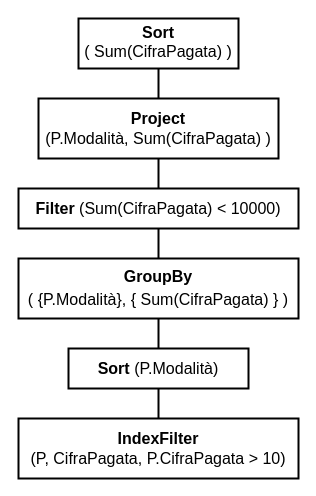
The draw.io diagram Piani di accesso/Albero fisico 2 indici.drawio in alessandro-antonelli/Studio-professionale-fatture, before the edit. Source tidied: cells renumbered, new cells numbered last; positions are measured from the earlier drawing's top-left corner, leaving out a move shared by most shapes. Both pictures are drawn from the tidied source at 100%, with x=0, y=0 at pixel (18, 18).
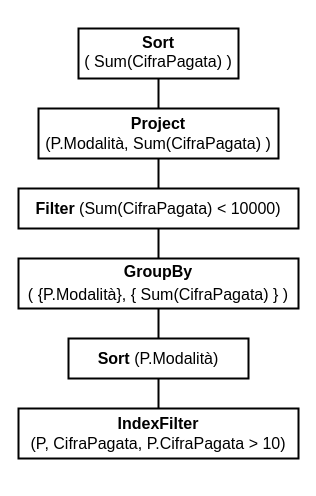
The same diagram, later.

Commit message (it also covers changes not shown here):
Piani di accesso fisici con indici

What changed in the source:
```diff
@@
 <mxGraphModel>
   <root>
     <mxCell id="0" />
     <mxCell id="1" parent="0" />
     <mxCell id="2" value="&lt;font style=&quot;font-size: 16px&quot;&gt;&lt;b&gt;IndexFilter&lt;br&gt;&lt;/b&gt;(P, CifraPagata, P.CifraPagata &amp;gt; 10)&lt;/font&gt;" style="text;html=1;fillColor=none;align=center;verticalAlign=middle;whiteSpace=wrap;rounded=0;strokeColor=#000000;strokeWidth=2;" parent="1" vertex="1">
-      <mxGeometry y="400" width="280" height="60" as="geometry" />
+      <mxGeometry y="390" width="280" height="50" as="geometry" />
     </mxCell>
     <mxCell id="3" value="&lt;font style=&quot;font-size: 16px&quot;&gt;&lt;b&gt;GroupBy&lt;/b&gt;&lt;br&gt;( {P.Modalità}, { Sum(CifraPagata) } )&lt;/font&gt;&lt;font face=&quot;Times New Roman&quot; size=&quot;1&quot;&gt;&lt;b style=&quot;font-size: 20px&quot;&gt;&lt;br&gt;&lt;/b&gt;&lt;/font&gt;" style="text;html=1;fillColor=none;align=center;verticalAlign=middle;whiteSpace=wrap;rounded=0;strokeColor=#000000;strokeWidth=2;" parent="1" vertex="1">
-      <mxGeometry y="240" width="280" height="60" as="geometry" />
+      <mxGeometry y="240" width="280" height="50" as="geometry" />
     </mxCell>
-    <mxCell id="4" style="endArrow=none;html=1;strokeWidth=2;entryX=0.5;entryY=1;entryDx=0;entryDy=0;" parent="1" edge="1" target="3">
-      <mxGeometry relative="1" as="geometry">
-        <mxPoint x="140" y="330" as="sourcePoint" />
-      </mxGeometry>
+    <mxCell id="4" style="endArrow=none;html=1;strokeWidth=2;entryX=0.5;entryY=1;entryDx=0;entryDy=0;exitX=0.5;exitY=0;exitDx=0;exitDy=0;" parent="1" edge="1" source="12" target="3">
+      <mxGeometry relative="1" as="geometry" />
     </mxCell>
     <mxCell id="5" value="&lt;font style=&quot;font-size: 16px&quot;&gt;&lt;b&gt;Filter&lt;/b&gt; (Sum(CifraPagata) &amp;lt; 10000)&lt;/font&gt;" style="text;html=1;fillColor=none;align=center;verticalAlign=middle;whiteSpace=wrap;rounded=0;strokeColor=#000000;strokeWidth=2;" parent="1" vertex="1">
       <mxGeometry y="170" width="280" height="40" as="geometry" />
     </mxCell>
     <mxCell id="6" style="endArrow=none;html=1;strokeWidth=2;entryX=0.5;entryY=1;entryDx=0;entryDy=0;exitX=0.5;exitY=0;exitDx=0;exitDy=0;" parent="1" edge="1" source="3" target="5">
       <mxGeometry relative="1" as="geometry" />
     </mxCell>
     <mxCell id="7" value="&lt;font style=&quot;font-size: 16px&quot;&gt;&lt;b&gt;Project&lt;/b&gt;&lt;br&gt;(P.Modalità, Sum(CifraPagata) )&lt;/font&gt;" style="text;html=1;fillColor=none;align=center;verticalAlign=middle;whiteSpace=wrap;rounded=0;strokeColor=#000000;strokeWidth=2;" parent="1" vertex="1">
-      <mxGeometry x="20" y="80" width="240" height="60" as="geometry" />
+      <mxGeometry x="20" y="90" width="240" height="50" as="geometry" />
     </mxCell>
     <mxCell id="8" style="endArrow=none;html=1;strokeWidth=2;entryX=0.5;entryY=1;entryDx=0;entryDy=0;exitX=0.5;exitY=0;exitDx=0;exitDy=0;" parent="1" edge="1" source="5" target="7">
       <mxGeometry relative="1" as="geometry" />
     </mxCell>
     <mxCell id="9" value="&lt;font style=&quot;font-size: 16px&quot;&gt;&lt;b&gt;Sort&lt;/b&gt;&lt;br&gt;(&amp;nbsp;Sum(CifraPagata) )&lt;/font&gt;&lt;font&gt;&lt;sub&gt;&lt;br&gt;&lt;/sub&gt;&lt;/font&gt;" style="text;html=1;fillColor=none;align=center;verticalAlign=middle;whiteSpace=wrap;rounded=0;strokeColor=#000000;strokeWidth=2;" parent="1" vertex="1">
-      <mxGeometry x="60" width="160" height="50" as="geometry" />
+      <mxGeometry x="60" y="10" width="160" height="50" as="geometry" />
     </mxCell>
     <mxCell id="10" style="endArrow=none;html=1;strokeWidth=2;entryX=0.5;entryY=1;entryDx=0;entryDy=0;exitX=0.5;exitY=0;exitDx=0;exitDy=0;" parent="1" edge="1" source="7" target="9">
       <mxGeometry relative="1" as="geometry" />
     </mxCell>
     <mxCell id="11" style="edgeStyle=orthogonalEdgeStyle;rounded=0;jettySize=auto;html=1;endArrow=none;endFill=0;" parent="1" edge="1" source="12" target="3">
       <mxGeometry relative="1" as="geometry" />
     </mxCell>
     <mxCell id="12" value="&lt;font style=&quot;font-size: 16px&quot;&gt;&lt;b&gt;Sort &lt;/b&gt;(P.Modalità)&lt;/font&gt;" style="text;html=1;fillColor=none;align=center;verticalAlign=middle;whiteSpace=wrap;rounded=0;strokeColor=#000000;strokeWidth=2;" parent="1" vertex="1">
-      <mxGeometry x="50" y="330" width="180" height="40" as="geometry" />
+      <mxGeometry x="50" y="320" width="180" height="40" as="geometry" />
     </mxCell>
     <mxCell id="13" style="edgeStyle=orthogonalEdgeStyle;rounded=0;jettySize=auto;html=1;exitX=0.5;exitY=0;exitDx=0;exitDy=0;entryX=0.5;entryY=1;entryDx=0;entryDy=0;endArrow=none;endFill=0;strokeWidth=2;" parent="1" edge="1" source="2" target="12">
       <mxGeometry relative="1" as="geometry" />
     </mxCell>
   </root>
 </mxGraphModel>
```
